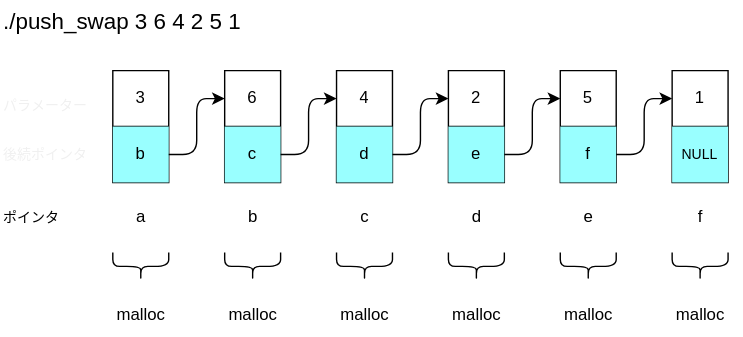
Before: images/singly2.svg, a diagram exported from draw.io (welove-t/42Tokyo-push_swap). Source tidied: cells renumbered, new cells last; positions are measured from the earlier drawing's top-left corner, leaving out a move shared by most shapes.
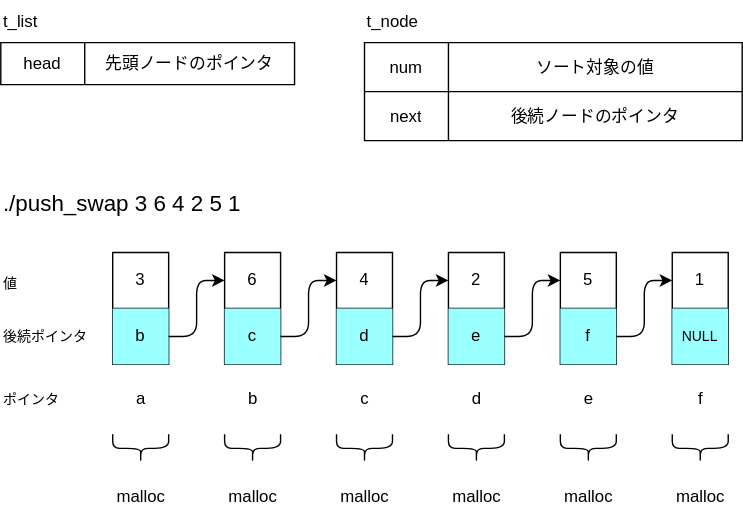
The same file after the commit.

Commit message:
add-slide:list

Change to the diagram source:
```diff
@@ -113,7 +113,7 @@
     <mxCell id="38" value="a" style="text;html=1;align=center;verticalAlign=middle;strokeColor=none;fillColor=none;" parent="1" vertex="1">
       <mxGeometry x="80" y="140" width="40" height="30" as="geometry" />
     </mxCell>
-    <mxCell id="39" value="後続ポインタ" style="text;html=1;align=left;verticalAlign=middle;strokeColor=none;fillColor=none;fontSize=10;fontColor=#F0F0F0;" parent="1" vertex="1">
+    <mxCell id="39" value="後続ポインタ" style="text;html=1;align=left;verticalAlign=middle;fontSize=10;" parent="1" vertex="1">
       <mxGeometry y="95" width="80" height="30" as="geometry" />
     </mxCell>
     <mxCell id="40" value="b" style="text;html=1;align=center;verticalAlign=middle;strokeColor=none;fillColor=none;" parent="1" vertex="1">
@@ -131,8 +131,8 @@
     <mxCell id="44" value="f" style="text;html=1;align=center;verticalAlign=middle;strokeColor=none;fillColor=none;" parent="1" vertex="1">
       <mxGeometry x="485" y="140" width="30" height="30" as="geometry" />
     </mxCell>
-    <mxCell id="45" value="パラメーター" style="text;html=1;align=left;verticalAlign=middle;strokeColor=none;fillColor=none;fontSize=10;fontColor=#F0F0F0;" parent="1" vertex="1">
-      <mxGeometry y="60" width="80" height="30" as="geometry" />
+    <mxCell id="45" value="値" style="text;html=1;align=left;verticalAlign=middle;fontSize=10;" parent="1" vertex="1">
+      <mxGeometry y="57" width="30" height="30" as="geometry" />
     </mxCell>
     <mxCell id="46" style="shape=curlyBracket;whiteSpace=wrap;html=1;rounded=1;flipH=1;labelPosition=right;verticalLabelPosition=middle;align=left;verticalAlign=middle;rotation=90;size=0.5;" parent="1" vertex="1">
       <mxGeometry x="90" y="170" width="20" height="40" as="geometry" />
@@ -173,5 +173,44 @@
     <mxCell id="58" value="ポインタ" style="text;html=1;align=left;verticalAlign=middle;strokeColor=none;fillColor=none;fontSize=10;" parent="1" vertex="1">
       <mxGeometry y="140" width="60" height="30" as="geometry" />
     </mxCell>
+    <mxCell id="59" value="t_list" style="text;html=1;align=left;verticalAlign=middle;strokeColor=none;fillColor=none;" parent="1" vertex="1">
+      <mxGeometry y="-130" width="50" height="30" as="geometry" />
+    </mxCell>
+    <mxCell id="60" value="t_node" style="text;html=1;align=left;verticalAlign=middle;strokeColor=none;fillColor=none;" parent="1" vertex="1">
+      <mxGeometry x="260" y="-130" width="60" height="30" as="geometry" />
+    </mxCell>
+    <mxCell id="61" style="shape=table;startSize=0;" parent="1" vertex="1">
+      <mxGeometry y="-100" width="210" height="30" as="geometry" />
+    </mxCell>
+    <mxCell id="62" style="shape=tableRow;horizontal=0;startSize=0;swimlaneHead=0;swimlaneBody=0;top=0;left=0;bottom=0;right=0;fillColor=none;" parent="61" vertex="1">
+      <mxGeometry width="210" height="30" as="geometry" />
+    </mxCell>
+    <mxCell id="63" value="head" style="shape=partialRectangle;html=1;whiteSpace=wrap;overflow=hidden;fillColor=none;top=0;left=0;bottom=0;right=0;" parent="62" vertex="1">
+      <mxGeometry width="60" height="30" as="geometry" />
+    </mxCell>
+    <mxCell id="64" value="先頭ノードのポインタ" style="shape=partialRectangle;html=1;whiteSpace=wrap;overflow=hidden;fillColor=none;top=0;left=0;bottom=0;right=0;" parent="62" vertex="1">
+      <mxGeometry x="60" width="150" height="30" as="geometry" />
+    </mxCell>
+    <mxCell id="65" style="shape=table;startSize=0;" parent="1" vertex="1">
+      <mxGeometry x="260" y="-100" width="270" height="70" as="geometry" />
+    </mxCell>
+    <mxCell id="66" style="shape=tableRow;horizontal=0;startSize=0;swimlaneHead=0;swimlaneBody=0;top=0;left=0;bottom=0;right=0;fillColor=none;" parent="65" vertex="1">
+      <mxGeometry width="270" height="35" as="geometry" />
+    </mxCell>
+    <mxCell id="67" value="num" style="shape=partialRectangle;html=1;whiteSpace=wrap;overflow=hidden;fillColor=none;top=0;left=0;bottom=0;right=0;" parent="66" vertex="1">
+      <mxGeometry width="60" height="35" as="geometry" />
+    </mxCell>
+    <mxCell id="68" value="ソート対象の値" style="shape=partialRectangle;html=1;whiteSpace=wrap;overflow=hidden;fillColor=none;top=0;left=0;bottom=0;right=0;" parent="66" vertex="1">
+      <mxGeometry x="60" width="210" height="35" as="geometry" />
+    </mxCell>
+    <mxCell id="69" style="shape=tableRow;horizontal=0;startSize=0;swimlaneHead=0;swimlaneBody=0;top=0;left=0;bottom=0;right=0;fillColor=none;" parent="65" vertex="1">
+      <mxGeometry y="35" width="270" height="35" as="geometry" />
+    </mxCell>
+    <mxCell id="70" value="next" style="shape=partialRectangle;html=1;whiteSpace=wrap;overflow=hidden;fillColor=none;top=0;left=0;bottom=0;right=0;" parent="69" vertex="1">
+      <mxGeometry width="60" height="35" as="geometry" />
+    </mxCell>
+    <mxCell id="71" value="後続ノードのポインタ" style="shape=partialRectangle;html=1;whiteSpace=wrap;overflow=hidden;fillColor=none;top=0;left=0;bottom=0;right=0;" parent="69" vertex="1">
+      <mxGeometry x="60" width="210" height="35" as="geometry" />
+    </mxCell>
   </root>
 </mxGraphModel>
```
